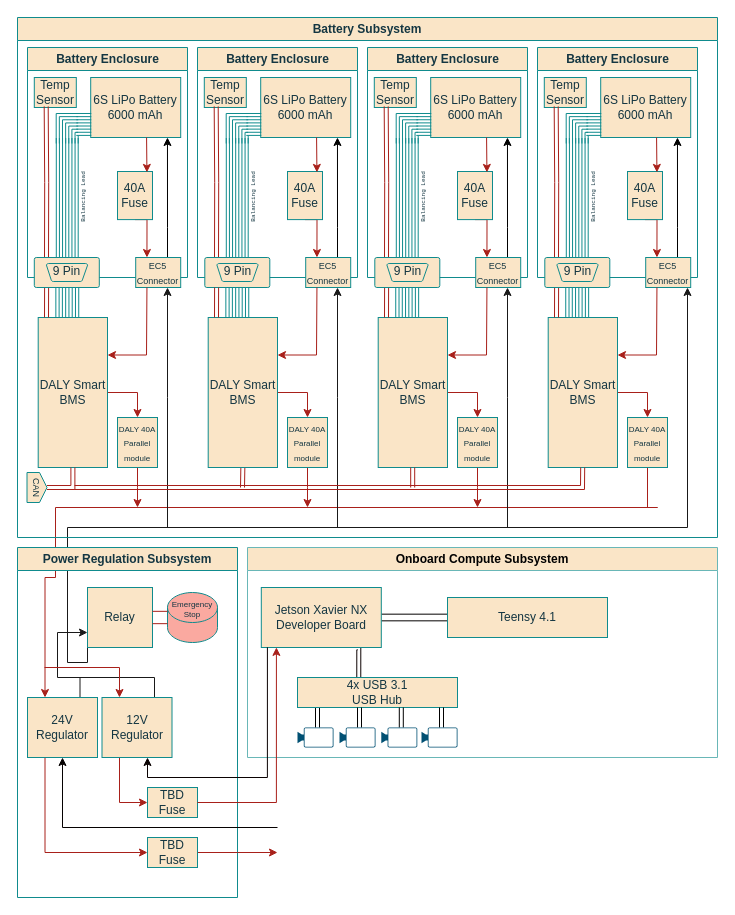
Earlier version of the draw.io diagram Diagrams/RoverFullBlockDiagram.drawio (roboticsatiowa/Documents-and-Resources). Source tidied: cells renumbered, new cells numbered last; positions are measured from the earlier drawing's top-left corner, leaving out a move shared by most shapes. Both pictures are drawn from the tidied source at 100%, with x=0, y=0 at pixel (7, 17).
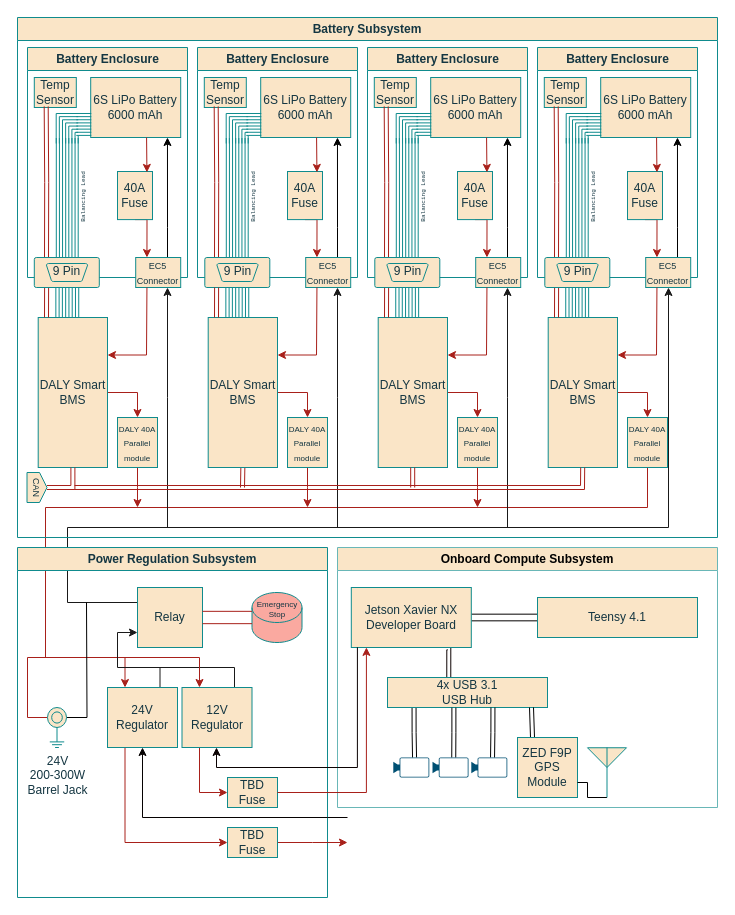
The same page after the edit.

Unchanged cells that the change refers to:
```xml
<mxCell id="22" value="Jetson Xavier NX Developer Board" style="whiteSpace=wrap;html=1;rounded=0;strokeColor=#0F8B8D;align=center;verticalAlign=middle;fontFamily=Helvetica;fontSize=12;fontColor=#143642;fillColor=#FAE5C7;" parent="19" vertex="1">
  <mxGeometry x="13.8" y="40" width="120" height="60" as="geometry" />
</mxCell>
<mxCell id="25" value="4x USB 3.1&lt;div&gt;USB Hub&lt;/div&gt;" style="whiteSpace=wrap;html=1;fillColor=#FAE5C7;strokeColor=#0F8B8D;fontColor=#143642;rounded=0;" parent="19" vertex="1">
  <mxGeometry x="50" y="130" width="160" height="30" as="geometry" />
</mxCell>
<mxCell id="102" value="&lt;font style=&quot;font-size: 9px;&quot;&gt;EC5 Connector&lt;/font&gt;" style="whiteSpace=wrap;html=1;strokeColor=#0F8B8D;fontColor=#143642;fillColor=#FAE5C7;rounded=0;labelBackgroundColor=none;" parent="97" vertex="1">
  <mxGeometry x="108.2" y="210" width="45" height="30" as="geometry" />
</mxCell>
<mxCell id="114" value="&lt;font style=&quot;font-size: 8px;&quot;&gt;DALY 40A Parallel module&lt;/font&gt;" style="whiteSpace=wrap;html=1;fillColor=#FAE5C7;strokeColor=#0F8B8D;fontColor=#143642;labelBackgroundColor=none;" parent="33" vertex="1">
  <mxGeometry x="610" y="400" width="40" height="50" as="geometry" />
</mxCell>
```

Diff of the diagram source:
```diff
@@
     <mxCell id="2" style="edgeStyle=orthogonalEdgeStyle;rounded=0;jettySize=auto;html=1;exitX=0.5;exitY=1;exitDx=0;exitDy=0;labelBackgroundColor=none;strokeColor=#A8201A;fontColor=default;entryX=0.25;entryY=0;entryDx=0;entryDy=0;" parent="1" edge="1" source="114" target="9">
       <mxGeometry relative="1" as="geometry">
         <Array as="points">
-          <mxPoint x="650" y="490" />
-          <mxPoint x="48" y="490" />
-          <mxPoint x="48" y="560" />
-          <mxPoint x="48" y="560" />
+          <mxPoint x="640" y="490" />
+          <mxPoint x="38" y="490" />
+          <mxPoint x="38" y="640" />
+          <mxPoint x="118" y="640" />
         </Array>
       </mxGeometry>
     </mxCell>
     <mxCell id="3" style="edgeStyle=orthogonalEdgeStyle;rounded=0;jettySize=auto;html=1;labelBackgroundColor=none;strokeColor=#191919;fontColor=default;exitX=0;exitY=0.25;exitDx=0;exitDy=0;" parent="1" edge="1" source="6" target="102">
       <mxGeometry relative="1" as="geometry">
         <Array as="points">
-          <mxPoint x="60" y="645" />
+          <mxPoint x="60" y="585" />
           <mxPoint x="60" y="510" />
-          <mxPoint x="680" y="510" />
+          <mxPoint x="661" y="510" />
         </Array>
       </mxGeometry>
     </mxCell>
     <mxCell id="4" value="Power Regulation Subsystem" style="swimlane;whiteSpace=wrap;html=1;labelBackgroundColor=none;fillColor=#FAE5C7;strokeColor=#0F8B8D;fontColor=#143642;" parent="1" vertex="1">
-      <mxGeometry x="10" y="530" width="220" height="350" as="geometry" />
+      <mxGeometry x="10" y="530" width="310" height="350" as="geometry" />
     </mxCell>
     <mxCell id="5" style="edgeStyle=orthogonalEdgeStyle;rounded=0;jettySize=auto;html=1;strokeColor=#191919;fontColor=#143642;fillColor=#FAE5C7;entryX=0;entryY=0.75;entryDx=0;entryDy=0;exitX=0.75;exitY=0;exitDx=0;exitDy=0;" parent="4" edge="1" source="9" target="6">
       <mxGeometry relative="1" as="geometry">
         <Array as="points">
-          <mxPoint x="62" y="130" />
-          <mxPoint x="40" y="130" />
-          <mxPoint x="40" y="85" />
+          <mxPoint x="143" y="120" />
+          <mxPoint x="100" y="120" />
+          <mxPoint x="100" y="85" />
         </Array>
       </mxGeometry>
     </mxCell>
     <mxCell id="6" value="Relay" style="whiteSpace=wrap;html=1;strokeColor=#0F8B8D;fontColor=#143642;fillColor=#FAE5C7;" parent="4" vertex="1">
-      <mxGeometry x="70" y="40" width="65" height="60" as="geometry" />
+      <mxGeometry x="120" y="40" width="65" height="60" as="geometry" />
     </mxCell>
     <mxCell id="7" style="edgeStyle=orthogonalEdgeStyle;rounded=0;jettySize=auto;html=1;strokeColor=#050101;fontColor=#143642;fillColor=#FAE5C7;entryX=0.5;entryY=1;entryDx=0;entryDy=0;" parent="4" edge="1" target="9">
       <mxGeometry relative="1" as="geometry">
-        <mxPoint x="260" y="280" as="sourcePoint" />
+        <mxPoint x="330" y="270" as="sourcePoint" />
         <Array as="points">
-          <mxPoint x="45" y="280" />
+          <mxPoint x="310" y="270" />
+          <mxPoint x="125" y="270" />
         </Array>
       </mxGeometry>
     </mxCell>
     <mxCell id="8" style="edgeStyle=orthogonalEdgeStyle;shape=connector;rounded=0;jettySize=auto;html=1;entryX=0;entryY=0.5;entryDx=0;entryDy=0;strokeColor=#A8201A;align=center;verticalAlign=middle;fontFamily=Helvetica;fontSize=11;fontColor=#143642;labelBackgroundColor=default;endArrow=classic;fillColor=#FAE5C7;exitX=0.25;exitY=1;exitDx=0;exitDy=0;" parent="4" edge="1" source="9" target="15">
       <mxGeometry relative="1" as="geometry">
         <Array as="points">
-          <mxPoint x="28" y="305" />
+          <mxPoint x="108" y="295" />
         </Array>
       </mxGeometry>
     </mxCell>
     <mxCell id="9" value="24V Regulator" style="rounded=0;whiteSpace=wrap;html=1;strokeColor=#0F8B8D;fontColor=#143642;fillColor=#FAE5C7;" parent="4" vertex="1">
-      <mxGeometry x="10" y="150" width="70" height="60" as="geometry" />
+      <mxGeometry x="90" y="140" width="70" height="60" as="geometry" />
     </mxCell>
     <mxCell id="10" style="edgeStyle=orthogonalEdgeStyle;rounded=0;jettySize=auto;html=1;strokeColor=#191919;fontColor=#143642;fillColor=#FAE5C7;endArrow=none;endFill=0;exitX=0.75;exitY=0;exitDx=0;exitDy=0;" parent="4" edge="1" source="13">
       <mxGeometry relative="1" as="geometry">
-        <mxPoint x="60" y="130" as="targetPoint" />
+        <mxPoint x="140" y="120" as="targetPoint" />
         <Array as="points">
-          <mxPoint x="137" y="130" />
+          <mxPoint x="217" y="120" />
         </Array>
       </mxGeometry>
     </mxCell>
     <mxCell id="11" style="edgeStyle=orthogonalEdgeStyle;rounded=0;jettySize=auto;html=1;strokeColor=#A8201A;fontColor=#143642;fillColor=#FAE5C7;entryX=0.25;entryY=0;entryDx=0;entryDy=0;" parent="4" edge="1" target="13">
       <mxGeometry relative="1" as="geometry">
-        <mxPoint x="27" y="120" as="sourcePoint" />
+        <mxPoint x="107" y="110" as="sourcePoint" />
         <Array as="points">
-          <mxPoint x="102" y="120" />
+          <mxPoint x="182" y="110" />
         </Array>
       </mxGeometry>
     </mxCell>
@@
     <mxCell id="13" value="12V Regulator" style="rounded=0;whiteSpace=wrap;html=1;strokeColor=#0F8B8D;fontColor=#143642;fillColor=#FAE5C7;" parent="4" vertex="1">
-      <mxGeometry x="84.5" y="150" width="70" height="60" as="geometry" />
+      <mxGeometry x="164.5" y="140" width="70" height="60" as="geometry" />
     </mxCell>
     <mxCell id="14" style="edgeStyle=orthogonalEdgeStyle;shape=connector;rounded=0;jettySize=auto;html=1;strokeColor=#A8201A;align=center;verticalAlign=middle;fontFamily=Helvetica;fontSize=11;fontColor=#143642;labelBackgroundColor=default;endArrow=classic;fillColor=#FAE5C7;" parent="4" edge="1" source="15">
       <mxGeometry relative="1" as="geometry">
-        <mxPoint x="260" y="305" as="targetPoint" />
+        <mxPoint x="330" y="295" as="targetPoint" />
       </mxGeometry>
     </mxCell>
     <mxCell id="15" value="TBD&lt;div&gt;Fuse&lt;/div&gt;" style="whiteSpace=wrap;html=1;strokeColor=#0F8B8D;fontColor=#143642;fillColor=#FAE5C7;" parent="4" vertex="1">
-      <mxGeometry x="130" y="290" width="50" height="30" as="geometry" />
+      <mxGeometry x="210" y="280" width="50" height="30" as="geometry" />
     </mxCell>
     <mxCell id="16" value="TBD&lt;div&gt;Fuse&lt;/div&gt;" style="whiteSpace=wrap;html=1;strokeColor=#0F8B8D;fontColor=#143642;fillColor=#FAE5C7;" parent="4" vertex="1">
-      <mxGeometry x="130" y="240" width="50" height="30" as="geometry" />
+      <mxGeometry x="210" y="230" width="50" height="30" as="geometry" />
     </mxCell>
     <mxCell id="17" value="&lt;font style=&quot;font-size: 8px;&quot;&gt;Emergency Stop&lt;/font&gt;" style="shape=cylinder3;whiteSpace=wrap;html=1;boundedLbl=1;backgroundOutline=1;size=15;strokeColor=#0F8B8D;fontColor=#143642;fillColor=#FAA9A0;spacingTop=-41;fontSize=8;" parent="4" vertex="1">
-      <mxGeometry x="150" y="45" width="50" height="50" as="geometry" />
+      <mxGeometry x="234.5" y="45" width="50" height="50" as="geometry" />
     </mxCell>
@@
+    <mxCell id="123" style="edgeStyle=orthogonalEdgeStyle;rounded=0;jettySize=auto;html=1;fontFamily=Helvetica;fontSize=12;fontColor=#143642;exitX=1;exitY=0.25;exitDx=0;exitDy=0;exitPerimeter=0;endArrow=none;endFill=0;" parent="4" edge="1" source="125">
+      <mxGeometry relative="1" as="geometry">
+        <mxPoint x="69" y="55" as="targetPoint" />
+      </mxGeometry>
+    </mxCell>
+    <mxCell id="124" style="edgeStyle=orthogonalEdgeStyle;rounded=0;jettySize=auto;html=1;fontFamily=Helvetica;fontSize=12;fontColor=#143642;strokeColor=#a8201a;endArrow=none;endFill=0;exitX=0;exitY=0.25;exitDx=0;exitDy=0;exitPerimeter=0;" parent="4" edge="1" source="125">
+      <mxGeometry relative="1" as="geometry">
+        <mxPoint x="30" y="110" as="targetPoint" />
+        <Array as="points">
+          <mxPoint x="10" y="170" />
+          <mxPoint x="10" y="110" />
+        </Array>
+      </mxGeometry>
+    </mxCell>
+    <mxCell id="125" value="24V&lt;div&gt;200-300W&lt;/div&gt;&lt;div&gt;Barrel Jack&lt;/div&gt;" style="verticalLabelPosition=bottom;shadow=0;dashed=0;align=center;html=1;verticalAlign=top;shape=mxgraph.electrical.miscellaneous.shielded_jack_plug;rounded=0;strokeColor=#0F8B8D;fontFamily=Helvetica;fontSize=12;fontColor=#143642;fillColor=#FAE5C7;" parent="4" vertex="1">
+      <mxGeometry x="30" y="160" width="19" height="40" as="geometry" />
+    </mxCell>
     <mxCell id="19" value="Onboard Compute Subsystem" style="swimlane;whiteSpace=wrap;html=1;fillColor=#fae5c7;strokeWidth=1;strokeColor=#69b7b7;" parent="1" vertex="1">
-      <mxGeometry x="240" y="530" width="470" height="210" as="geometry" />
+      <mxGeometry x="330" y="530" width="380" height="260" as="geometry" />
     </mxCell>
@@
-    <mxCell id="24" style="edgeStyle=orthogonalEdgeStyle;shape=link;rounded=0;orthogonalLoop=1;jettySize=auto;html=1;strokeColor=#000000;align=center;verticalAlign=middle;fontFamily=Helvetica;fontSize=12;fontColor=#143642;labelBackgroundColor=default;endArrow=classic;fillColor=#FAE5C7;" parent="19" edge="1">
-      <mxGeometry relative="1" as="geometry">
-        <mxPoint x="70" y="160" as="sourcePoint" />
-        <mxPoint x="70" y="180" as="targetPoint" />
-      </mxGeometry>
+    <mxCell id="24" style="edgeStyle=orthogonalEdgeStyle;shape=link;rounded=0;jettySize=auto;html=1;strokeColor=#000000;align=center;verticalAlign=middle;fontFamily=Helvetica;fontSize=12;fontColor=#143642;labelBackgroundColor=default;endArrow=classic;fillColor=#FAE5C7;entryX=0.59;entryY=0;entryDx=0;entryDy=0;entryPerimeter=0;exitX=0.166;exitY=0.964;exitDx=0;exitDy=0;exitPerimeter=0;" parent="19" edge="1" source="25" target="26">
+      <mxGeometry relative="1" as="geometry" />
     </mxCell>
@@
     <mxCell id="26" style="points=[[0,0.5,0],[0.19,0.02,0],[0.59,0,0],[0.985,0.02,0],[1,0.5,0],[0.985,0.98,0],[0.59,1,0],[0.19,0.98,0]];verticalLabelPosition=bottom;sketch=0;html=1;verticalAlign=top;align=center;shape=mxgraph.cisco19.camera;fillColor=#005073;strokeColor=none;rounded=0;fontFamily=Helvetica;fontSize=12;fontColor=#143642;strokeWidth=1;perimeterSpacing=0;" parent="19" vertex="1">
-      <mxGeometry x="50" y="180" width="36" height="20" as="geometry" />
+      <mxGeometry x="55.8" y="210" width="36" height="20" as="geometry" />
     </mxCell>
-    <mxCell id="27" style="edgeStyle=orthogonalEdgeStyle;shape=link;rounded=0;orthogonalLoop=1;jettySize=auto;html=1;strokeColor=#000000;align=center;verticalAlign=middle;fontFamily=Helvetica;fontSize=12;fontColor=#143642;labelBackgroundColor=default;endArrow=classic;fillColor=#FAE5C7;" parent="19" edge="1">
-      <mxGeometry relative="1" as="geometry">
-        <mxPoint x="112" y="160" as="sourcePoint" />
-        <mxPoint x="112" y="180" as="targetPoint" />
-      </mxGeometry>
+    <mxCell id="27" style="edgeStyle=orthogonalEdgeStyle;shape=link;rounded=0;jettySize=auto;html=1;strokeColor=#000000;align=center;verticalAlign=middle;fontFamily=Helvetica;fontSize=12;fontColor=#143642;labelBackgroundColor=default;endArrow=classic;fillColor=#FAE5C7;entryX=0.59;entryY=0;entryDx=0;entryDy=0;entryPerimeter=0;exitX=0.415;exitY=1.005;exitDx=0;exitDy=0;exitPerimeter=0;" parent="19" edge="1" source="25" target="28">
+      <mxGeometry relative="1" as="geometry" />
     </mxCell>
     <mxCell id="28" style="points=[[0,0.5,0],[0.19,0.02,0],[0.59,0,0],[0.985,0.02,0],[1,0.5,0],[0.985,0.98,0],[0.59,1,0],[0.19,0.98,0]];verticalLabelPosition=bottom;sketch=0;html=1;verticalAlign=top;align=center;shape=mxgraph.cisco19.camera;fillColor=#005073;strokeColor=none;rounded=0;fontFamily=Helvetica;fontSize=12;fontColor=#143642;strokeWidth=1;perimeterSpacing=0;" parent="19" vertex="1">
-      <mxGeometry x="92" y="180" width="36" height="20" as="geometry" />
+      <mxGeometry x="95" y="210" width="36" height="20" as="geometry" />
     </mxCell>
-    <mxCell id="29" style="edgeStyle=orthogonalEdgeStyle;shape=link;rounded=0;orthogonalLoop=1;jettySize=auto;html=1;strokeColor=#000000;align=center;verticalAlign=middle;fontFamily=Helvetica;fontSize=12;fontColor=#143642;labelBackgroundColor=default;endArrow=classic;fillColor=#FAE5C7;" parent="19" edge="1">
-      <mxGeometry relative="1" as="geometry">
-        <mxPoint x="153.8" y="160" as="sourcePoint" />
-        <mxPoint x="153.8" y="180" as="targetPoint" />
-      </mxGeometry>
+    <mxCell id="29" style="edgeStyle=orthogonalEdgeStyle;shape=link;rounded=0;jettySize=auto;html=1;strokeColor=#000000;align=center;verticalAlign=middle;fontFamily=Helvetica;fontSize=12;fontColor=#143642;labelBackgroundColor=default;endArrow=classic;fillColor=#FAE5C7;entryX=0.59;entryY=0;entryDx=0;entryDy=0;entryPerimeter=0;exitX=0.659;exitY=1;exitDx=0;exitDy=0;exitPerimeter=0;" parent="19" edge="1" source="25" target="30">
+      <mxGeometry relative="1" as="geometry" />
     </mxCell>
     <mxCell id="30" style="points=[[0,0.5,0],[0.19,0.02,0],[0.59,0,0],[0.985,0.02,0],[1,0.5,0],[0.985,0.98,0],[0.59,1,0],[0.19,0.98,0]];verticalLabelPosition=bottom;sketch=0;html=1;verticalAlign=top;align=center;shape=mxgraph.cisco19.camera;fillColor=#005073;strokeColor=none;rounded=0;fontFamily=Helvetica;fontSize=12;fontColor=#143642;strokeWidth=1;perimeterSpacing=0;" parent="19" vertex="1">
-      <mxGeometry x="133.8" y="180" width="36" height="20" as="geometry" />
+      <mxGeometry x="133.8" y="210" width="36" height="20" as="geometry" />
     </mxCell>
-    <mxCell id="31" style="edgeStyle=orthogonalEdgeStyle;shape=link;rounded=0;orthogonalLoop=1;jettySize=auto;html=1;strokeColor=#000000;align=center;verticalAlign=middle;fontFamily=Helvetica;fontSize=12;fontColor=#143642;labelBackgroundColor=default;endArrow=classic;fillColor=#FAE5C7;" parent="19" edge="1">
+    <mxCell id="31" style="edgeStyle=orthogonalEdgeStyle;shape=link;rounded=0;jettySize=auto;html=1;strokeColor=#000000;align=center;verticalAlign=middle;fontFamily=Helvetica;fontSize=12;fontColor=#143642;labelBackgroundColor=default;endArrow=classic;fillColor=#FAE5C7;entryX=0.25;entryY=0;entryDx=0;entryDy=0;" parent="19" edge="1" target="126">
       <mxGeometry relative="1" as="geometry">
         <mxPoint x="194" y="160" as="sourcePoint" />
-        <mxPoint x="194" y="180" as="targetPoint" />
+        <Array as="points">
+          <mxPoint x="194" y="190" />
+        </Array>
       </mxGeometry>
     </mxCell>
-    <mxCell id="32" style="verticalLabelPosition=bottom;sketch=0;html=1;verticalAlign=top;align=center;shape=mxgraph.cisco19.camera;fillColor=#005073;strokeColor=none;rounded=0;fontFamily=Helvetica;fontSize=12;fontColor=#143642;strokeWidth=1;perimeterSpacing=0;" parent="19" vertex="1">
-      <mxGeometry x="174" y="180" width="36" height="20" as="geometry" />
-    </mxCell>
+    <mxCell id="126" value="ZED F9P&lt;div&gt;GPS Module&lt;/div&gt;" style="whiteSpace=wrap;html=1;rounded=0;strokeColor=#0F8B8D;align=center;verticalAlign=middle;fontFamily=Helvetica;fontSize=12;fontColor=#143642;fillColor=#FAE5C7;" parent="19" vertex="1">
+      <mxGeometry x="180" y="190" width="60" height="60" as="geometry" />
+    </mxCell>
+    <mxCell id="127" style="edgeStyle=orthogonalEdgeStyle;rounded=0;jettySize=auto;html=1;fontFamily=Helvetica;fontSize=12;fontColor=#143642;exitX=0.5;exitY=1;exitDx=0;exitDy=0;exitPerimeter=0;endArrow=none;endFill=0;entryX=1;entryY=0.75;entryDx=0;entryDy=0;" parent="19" edge="1" source="128" target="126">
+      <mxGeometry relative="1" as="geometry">
+        <Array as="points">
+          <mxPoint x="250" y="250" />
+          <mxPoint x="250" y="235" />
+        </Array>
+      </mxGeometry>
+    </mxCell>
+    <mxCell id="128" style="verticalLabelPosition=bottom;shadow=0;dashed=0;align=center;html=1;verticalAlign=top;shape=mxgraph.electrical.radio.aerial_-_antenna_2;rounded=0;strokeColor=#0F8B8D;fontFamily=Helvetica;fontSize=12;fontColor=#143642;fillColor=#FAE5C7;" parent="19" vertex="1">
+      <mxGeometry x="250" y="200" width="39" height="50" as="geometry" />
+    </mxCell>
@@
     <mxCell id="121" style="edgeStyle=orthogonalEdgeStyle;rounded=0;jettySize=auto;html=1;strokeColor=#0A0202;fontColor=#143642;fillColor=#FAE5C7;exitX=0.051;exitY=0.998;exitDx=0;exitDy=0;exitPerimeter=0;" parent="1" edge="1" source="22" target="13">
       <mxGeometry relative="1" as="geometry">
         <Array as="points">
-          <mxPoint x="260" y="760" />
-          <mxPoint x="140" y="760" />
+          <mxPoint x="350" y="750" />
+          <mxPoint x="209" y="750" />
         </Array>
       </mxGeometry>
     </mxCell>
     <mxCell id="122" style="edgeStyle=orthogonalEdgeStyle;shape=connector;rounded=0;jettySize=auto;html=1;strokeColor=#A8201A;align=center;verticalAlign=middle;fontFamily=Helvetica;fontSize=11;fontColor=#143642;labelBackgroundColor=default;endArrow=classic;fillColor=#FAE5C7;entryX=0.126;entryY=0.998;entryDx=0;entryDy=0;entryPerimeter=0;" parent="1" edge="1" source="16" target="22">
       <mxGeometry relative="1" as="geometry">
         <Array as="points">
-          <mxPoint x="269" y="785" />
+          <mxPoint x="359" y="775" />
         </Array>
       </mxGeometry>
     </mxCell>
```
